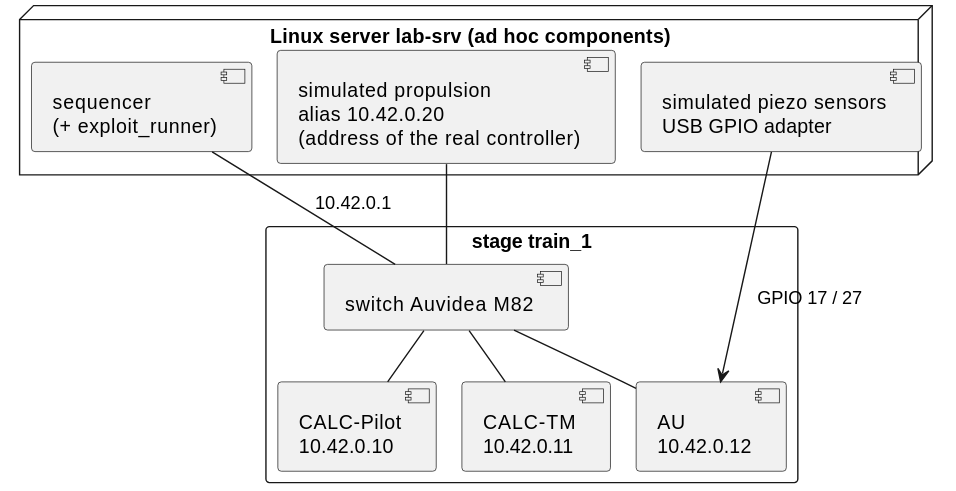
Before: docs/diagrams/toytrain_lab.svg, a diagram exported from PlantUML (laurentmldev/testsuit).
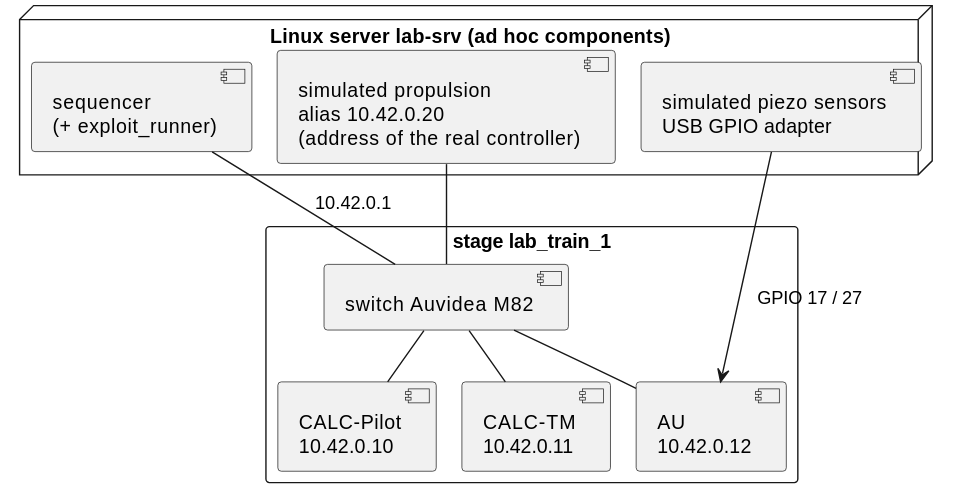
Later version of the same file.

What changed in the source:
```diff
@@ -9,7 +9,7 @@
   component "simulated piezo sensors\nUSB GPIO adapter" as piezo
 }
 
-rectangle "stage train_1" as stage {
+rectangle "stage lab_train_1" as stage {
   component "switch Auvidea M82" as sw
   component "CALC-Pilot\n10.42.0.10" as pilot
   component "CALC-TM\n10.42.0.11" as tm
```
